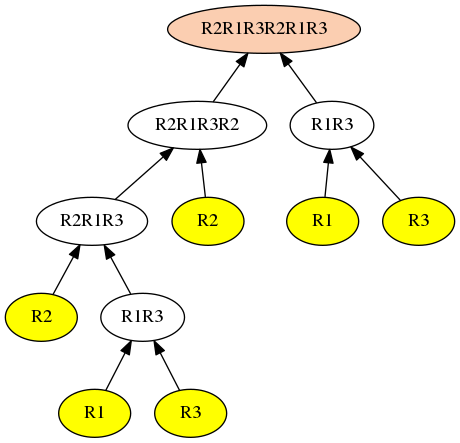
iitramar/guiTool keeps this Graphviz diagram as GuiTool/image/Codos/CodosDot.png. Above is the earlier version. Its source is kept beside it as GuiTool/image/Codos/CodosDot.dot.
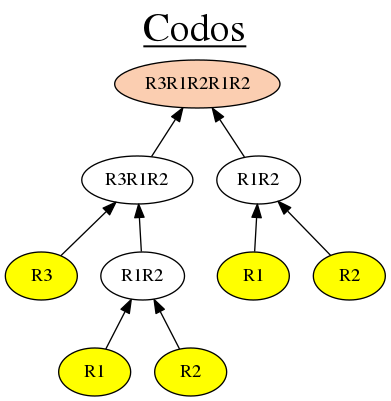
Above is the later version.

Diff of the diagram source:
```diff
@@ -1,29 +1,25 @@
 digraph G {
 rankdir = BT;
-1[style=filled, fillcolor= "#FBCEB1", label=R2R1R3R2R1R3];
-2[label=R2R1R3R2];
+graph [label= <<u>Codos</u>> , labelloc=t, fontsize=30];
+1[style=filled, fillcolor= "#FBCEB1", label=R3R1R2R1R2];
+2[label=R3R1R2];
 2->1
-3[label=R1R3];
+3[label=R1R2];
 3->1
-4[label=R2R1R3];
+4[label=R3];
 4->2
-5[label=R2];
+5[label=R1R2];
 5->2
-8[label=R2];
-8->4
-9[label=R1R3];
-9->4
-8[style=filled, fillcolor=yellow];
-18[label=R1];
-18->9
-19[label=R3];
-19->9
-18[style=filled, fillcolor=yellow];
-19[style=filled, fillcolor=yellow];
-5[style=filled, fillcolor=yellow];
+4[style=filled, fillcolor=yellow];
+10[label=R1];
+10->5
+11[label=R2];
+11->5
+10[style=filled, fillcolor=yellow];
+11[style=filled, fillcolor=yellow];
 6[label=R1];
 6->3
-7[label=R3];
+7[label=R2];
 7->3
 6[style=filled, fillcolor=yellow];
 7[style=filled, fillcolor=yellow];
```
